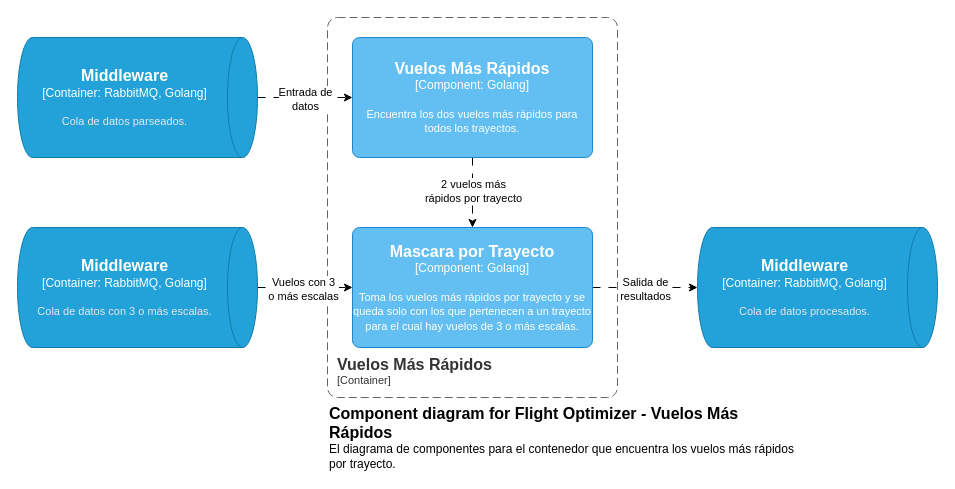
This is page "Page-4" (4 of 6) of docs/C4model.drawio from FranciscoPereira987/tp1-distribuidos-grupo5, a draw.io file, before an edit. Source tidied: cells renumbered, new cells numbered last; positions are measured from the earlier drawing's top-left corner, leaving out a move shared by most shapes. Both pictures are drawn from the tidied source at 100%, with x=0, y=0 at pixel (17, 17).
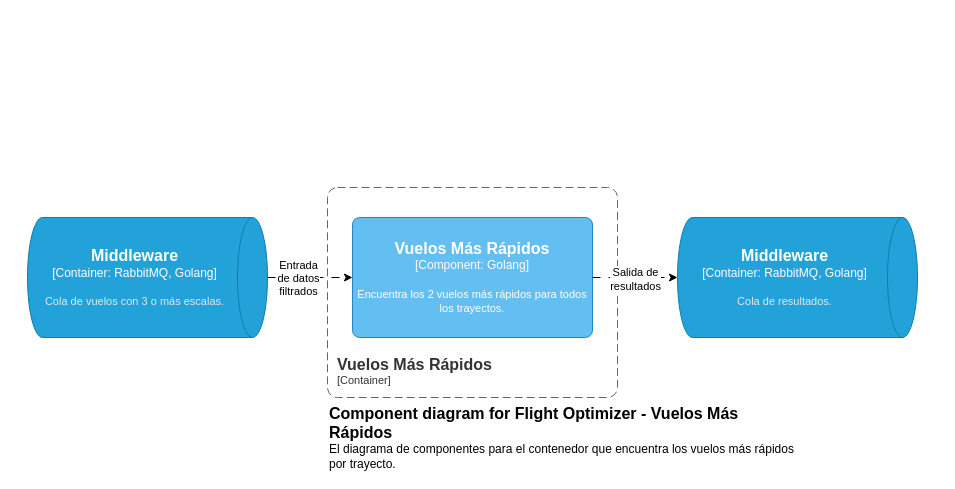
After the change.

The change refers to these unchanged cells:
```xml
<mxCell id="3" style="edgeStyle=orthogonalEdgeStyle;rounded=0;jettySize=auto;html=1;dashed=1;dashPattern=8 8;" parent="1" edge="1" source="5" target="9">
  <mxGeometry relative="1" as="geometry" />
</mxCell>
```

Change to the diagram source:
```diff
@@
     <object id="2" label="&lt;font style=&quot;font-size: 16px&quot;&gt;&lt;b&gt;&lt;div style=&quot;text-align: left&quot;&gt;%c4Name%&lt;/div&gt;&lt;/b&gt;&lt;/font&gt;&lt;div style=&quot;text-align: left&quot;&gt;[%c4Application%]&lt;/div&gt;" c4Application="Container" c4Name="Vuelos Más Rápidos" placeholders="1">
       <mxCell style="rounded=1;fontSize=11;whiteSpace=wrap;html=1;dashed=1;arcSize=20;fillColor=none;strokeColor=#666666;fontColor=#333333;labelBackgroundColor=none;align=left;verticalAlign=bottom;labelBorderColor=none;spacingTop=0;spacing=10;dashPattern=8 4;perimeter=rectanglePerimeter;noLabel=0;labelPadding=0;absoluteArcSize=1;" parent="1" vertex="1">
-        <mxGeometry x="310" width="290" height="380" as="geometry" />
+        <mxGeometry x="310" y="170" width="290" height="210" as="geometry" />
       </mxCell>
     </object>
@@
-    <mxCell id="4" value="&lt;div&gt;Entrada de&lt;/div&gt;&lt;div&gt;datos&lt;br&gt;&lt;/div&gt;" style="edgeLabel;html=1;align=center;verticalAlign=middle;" parent="3" vertex="1">
-      <mxGeometry x="-0.01" y="-1" relative="1" as="geometry" />
+    <mxCell id="4" value="&lt;div&gt;Entrada&lt;/div&gt;&lt;div&gt;de datos&lt;/div&gt;&lt;div&gt;filtrados&lt;br&gt;&lt;/div&gt;" style="edgeLabel;html=1;align=center;verticalAlign=middle;" parent="3" vertex="1">
+      <mxGeometry x="-0.01" y="-1" relative="1" as="geometry">
+        <mxPoint x="-12" y="-1" as="offset" />
+      </mxGeometry>
     </mxCell>
-    <object id="5" label="&lt;font style=&quot;font-size: 16px&quot;&gt;&lt;b&gt;%c4Type%&lt;/b&gt;&lt;/font&gt;&lt;div&gt;[%c4Container%:&amp;nbsp;%c4Technology%]&lt;/div&gt;&lt;br&gt;&lt;div&gt;&lt;font style=&quot;font-size: 11px&quot;&gt;&lt;font color=&quot;#E6E6E6&quot;&gt;%c4Description%&lt;/font&gt;&lt;/div&gt;" c4Container="Container" c4Description="Cola de datos parseados." c4Technology="RabbitMQ, Golang" c4Type="Middleware" placeholders="1">
+    <object id="5" label="&lt;font style=&quot;font-size: 16px&quot;&gt;&lt;b&gt;%c4Type%&lt;/b&gt;&lt;/font&gt;&lt;div&gt;[%c4Container%:&amp;nbsp;%c4Technology%]&lt;/div&gt;&lt;br&gt;&lt;div&gt;&lt;font style=&quot;font-size: 11px&quot;&gt;&lt;font color=&quot;#E6E6E6&quot;&gt;%c4Description%&lt;/font&gt;&lt;/div&gt;" c4Container="Container" c4Description="Cola de vuelos con 3 o más escalas." c4Technology="RabbitMQ, Golang" c4Type="Middleware" placeholders="1">
       <mxCell style="shape=cylinder3;size=15;direction=south;whiteSpace=wrap;html=1;boundedLbl=1;rounded=0;labelBackgroundColor=none;fillColor=#23A2D9;fontSize=12;fontColor=#ffffff;align=center;strokeColor=#0E7DAD;points=[[0.5,0,0],[1,0.25,0],[1,0.5,0],[1,0.75,0],[0.5,1,0],[0,0.75,0],[0,0.5,0],[0,0.25,0]];" parent="1" vertex="1">
-        <mxGeometry y="20" width="240" height="120" as="geometry" />
+        <mxGeometry x="10" y="200" width="240" height="120" as="geometry" />
       </mxCell>
     </object>
-    <object id="6" label="&lt;font style=&quot;font-size: 16px&quot;&gt;&lt;b&gt;%c4Type%&lt;/b&gt;&lt;/font&gt;&lt;div&gt;[%c4Container%:&amp;nbsp;%c4Technology%]&lt;/div&gt;&lt;br&gt;&lt;div&gt;&lt;font style=&quot;font-size: 11px&quot;&gt;&lt;font color=&quot;#E6E6E6&quot;&gt;%c4Description%&lt;/font&gt;&lt;/div&gt;" c4Container="Container" c4Description="Cola de datos procesados." c4Technology="RabbitMQ, Golang" c4Type="Middleware" placeholders="1">
+    <object id="6" label="&lt;font style=&quot;font-size: 16px&quot;&gt;&lt;b&gt;%c4Type%&lt;/b&gt;&lt;/font&gt;&lt;div&gt;[%c4Container%:&amp;nbsp;%c4Technology%]&lt;/div&gt;&lt;br&gt;&lt;div&gt;&lt;font style=&quot;font-size: 11px&quot;&gt;&lt;font color=&quot;#E6E6E6&quot;&gt;%c4Description%&lt;/font&gt;&lt;/div&gt;" c4Container="Container" c4Description="Cola de resultados." c4Technology="RabbitMQ, Golang" c4Type="Middleware" placeholders="1">
       <mxCell style="shape=cylinder3;size=15;direction=south;whiteSpace=wrap;html=1;boundedLbl=1;rounded=0;labelBackgroundColor=none;fillColor=#23A2D9;fontSize=12;fontColor=#ffffff;align=center;strokeColor=#0E7DAD;points=[[0.5,0,0],[1,0.25,0],[1,0.5,0],[1,0.75,0],[0.5,1,0],[0,0.75,0],[0,0.5,0],[0,0.25,0]];" parent="1" vertex="1">
-        <mxGeometry x="680" y="210" width="240" height="120" as="geometry" />
+        <mxGeometry x="660" y="200" width="240" height="120" as="geometry" />
       </mxCell>
     </object>
-    <mxCell id="7" style="edgeStyle=orthogonalEdgeStyle;rounded=0;jettySize=auto;html=1;dashed=1;dashPattern=8 8;" parent="1" edge="1" source="9" target="12">
-      <mxGeometry relative="1" as="geometry" />
-    </mxCell>
-    <mxCell id="8" value="&lt;div&gt;2 vuelos más&lt;/div&gt;&lt;div&gt;rápidos por trayecto&lt;/div&gt;" style="edgeLabel;html=1;align=center;verticalAlign=middle;" parent="7" vertex="1">
-      <mxGeometry x="-0.06" relative="1" as="geometry" />
-    </mxCell>
-    <object id="9" label="&lt;font style=&quot;font-size: 16px&quot;&gt;&lt;b&gt;%c4Name%&lt;/b&gt;&lt;/font&gt;&lt;div&gt;[%c4Type%: %c4Technology%]&lt;/div&gt;&lt;br&gt;&lt;div&gt;&lt;font style=&quot;font-size: 11px&quot;&gt;%c4Description%&lt;/font&gt;&lt;/div&gt;" c4Description="Encuentra los dos vuelos más rápidos para todos los trayectos." c4Name="Vuelos Más Rápidos" c4Technology="Golang" c4Type="Component" placeholders="1">
+    <object id="9" label="&lt;font style=&quot;font-size: 16px&quot;&gt;&lt;b&gt;%c4Name%&lt;/b&gt;&lt;/font&gt;&lt;div&gt;[%c4Type%: %c4Technology%]&lt;/div&gt;&lt;br&gt;&lt;div&gt;&lt;font style=&quot;font-size: 11px&quot;&gt;%c4Description%&lt;/font&gt;&lt;/div&gt;" c4Description="Encuentra los 2 vuelos más rápidos para todos los trayectos." c4Name="Vuelos Más Rápidos" c4Technology="Golang" c4Type="Component" placeholders="1">
       <mxCell style="rounded=1;whiteSpace=wrap;html=1;labelBackgroundColor=none;fillColor=#63BEF2;fontColor=#ffffff;align=center;arcSize=6;strokeColor=#2086C9;points=[[0.25,0,0],[0.5,0,0],[0.75,0,0],[1,0.25,0],[1,0.5,0],[1,0.75,0],[0.75,1,0],[0.5,1,0],[0.25,1,0],[0,0.75,0],[0,0.5,0],[0,0.25,0]];" parent="1" vertex="1">
-        <mxGeometry x="335" y="20" width="240" height="120" as="geometry" />
+        <mxGeometry x="335" y="200" width="240" height="120" as="geometry" />
       </mxCell>
     </object>
-    <mxCell id="10" style="edgeStyle=orthogonalEdgeStyle;rounded=0;jettySize=auto;html=1;dashed=1;dashPattern=8 8;" parent="1" edge="1" source="12" target="6">
+    <mxCell id="10" style="edgeStyle=orthogonalEdgeStyle;rounded=0;jettySize=auto;html=1;dashed=1;dashPattern=8 8;" parent="1" edge="1" source="9" target="6">
       <mxGeometry relative="1" as="geometry" />
     </mxCell>
@@
-    <object id="12" label="&lt;font style=&quot;font-size: 16px&quot;&gt;&lt;b&gt;%c4Name%&lt;/b&gt;&lt;/font&gt;&lt;div&gt;[%c4Type%: %c4Technology%]&lt;/div&gt;&lt;br&gt;&lt;div&gt;&lt;font style=&quot;font-size: 11px&quot;&gt;%c4Description%&lt;/font&gt;&lt;/div&gt;" c4Description="Toma los vuelos más rápidos por trayecto y se queda solo con los que pertenecen a un trayecto para el cual hay vuelos de 3 o más escalas." c4Name="Mascara por Trayecto" c4Technology="Golang" c4Type="Component" placeholders="1">
-      <mxCell style="rounded=1;whiteSpace=wrap;html=1;labelBackgroundColor=none;fillColor=#63BEF2;fontColor=#ffffff;align=center;arcSize=6;strokeColor=#2086C9;points=[[0.25,0,0],[0.5,0,0],[0.75,0,0],[1,0.25,0],[1,0.5,0],[1,0.75,0],[0.75,1,0],[0.5,1,0],[0.25,1,0],[0,0.75,0],[0,0.5,0],[0,0.25,0]];" parent="1" vertex="1">
-        <mxGeometry x="335" y="210" width="240" height="120" as="geometry" />
-      </mxCell>
-    </object>
-    <mxCell id="13" style="edgeStyle=orthogonalEdgeStyle;rounded=0;jettySize=auto;html=1;dashed=1;dashPattern=8 8;" parent="1" edge="1" source="15" target="12">
-      <mxGeometry relative="1" as="geometry" />
-    </mxCell>
-    <mxCell id="14" value="&lt;div&gt;Vuelos con 3&lt;/div&gt;&lt;div&gt;o más escalas&lt;/div&gt;" style="edgeLabel;html=1;align=center;verticalAlign=middle;" parent="13" vertex="1">
-      <mxGeometry x="-0.05" y="-1" relative="1" as="geometry" />
-    </mxCell>
-    <object id="15" label="&lt;font style=&quot;font-size: 16px&quot;&gt;&lt;b&gt;%c4Type%&lt;/b&gt;&lt;/font&gt;&lt;div&gt;[%c4Container%:&amp;nbsp;%c4Technology%]&lt;/div&gt;&lt;br&gt;&lt;div&gt;&lt;font style=&quot;font-size: 11px&quot;&gt;&lt;font color=&quot;#E6E6E6&quot;&gt;%c4Description%&lt;/font&gt;&lt;/div&gt;" c4Container="Container" c4Description="Cola de datos con 3 o más escalas." c4Technology="RabbitMQ, Golang" c4Type="Middleware" placeholders="1">
-      <mxCell style="shape=cylinder3;size=15;direction=south;whiteSpace=wrap;html=1;boundedLbl=1;rounded=0;labelBackgroundColor=none;fillColor=#23A2D9;fontSize=12;fontColor=#ffffff;align=center;strokeColor=#0E7DAD;points=[[0.5,0,0],[1,0.25,0],[1,0.5,0],[1,0.75,0],[0.5,1,0],[0,0.75,0],[0,0.5,0],[0,0.25,0]];" parent="1" vertex="1">
-        <mxGeometry y="210" width="240" height="120" as="geometry" />
-      </mxCell>
-    </object>
```
